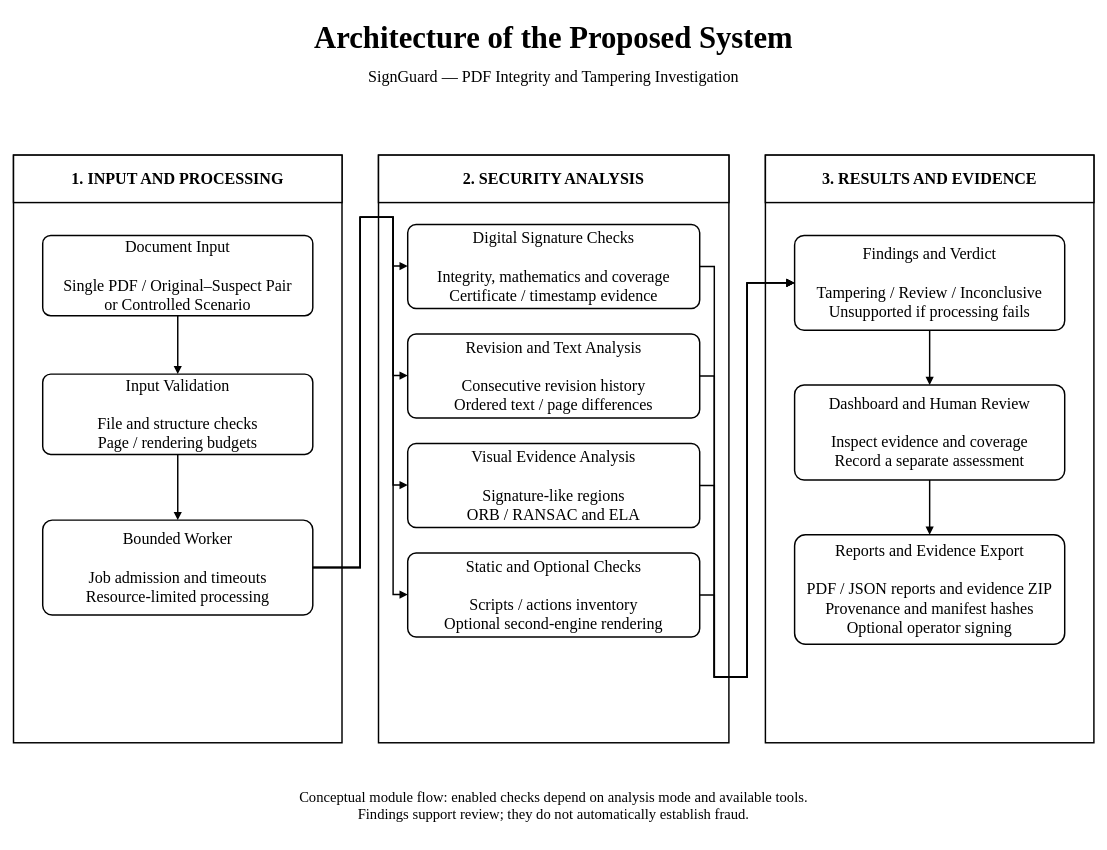
Earlier version of the draw.io diagram docs/assets/SignGuard_Architecture_OnePage.drawio (AbhayGokavarapu/Sign_Guard). Source tidied: cells renumbered, new cells numbered last; positions are measured from the earlier drawing's top-left corner, leaving out a move shared by most shapes. Both pictures are drawn from the tidied source at 73%, with x=0, y=0 at pixel (13, 12).
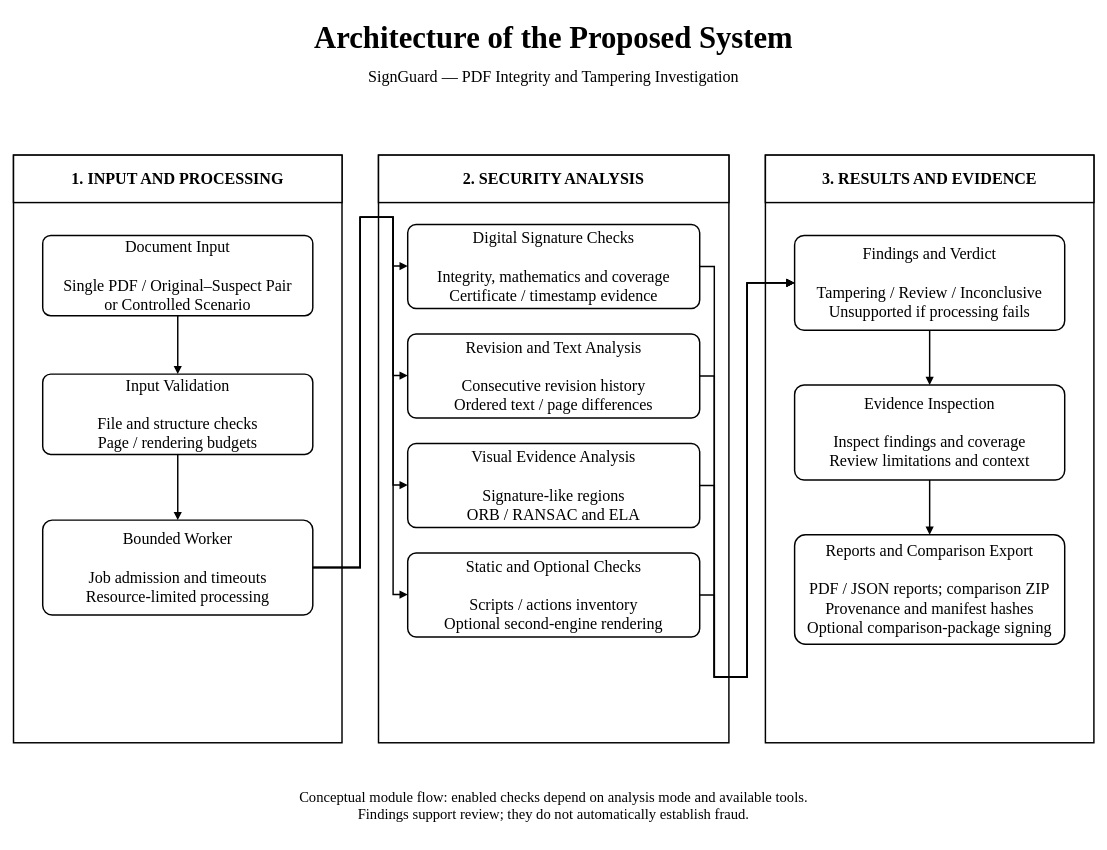
After the change.

Change to the diagram source:
```diff
@@
-    <mxCell id="18" value="Dashboard and Human Review&#10;&#10;Inspect evidence and coverage&#10;Record a separate assessment" style="rounded=1;arcSize=10;fillColor=#FFFFFF;strokeColor=#000000;strokeWidth=2;html=0;whiteSpace=wrap;fontFamily=Times New Roman;fontSize=22;align=center;verticalAlign=middle;" parent="1" vertex="1">
+    <mxCell id="18" value="Evidence Inspection&#10;&#10;Inspect findings and coverage&#10;Review limitations and context" style="rounded=1;arcSize=10;fillColor=#FFFFFF;strokeColor=#000000;strokeWidth=2;html=0;whiteSpace=wrap;fontFamily=Times New Roman;fontSize=22;align=center;verticalAlign=middle;" parent="1" vertex="1">
       <mxGeometry x="1070" y="510" width="370" height="130" as="geometry" />
     </mxCell>
-    <mxCell id="19" value="Reports and Evidence Export&#10;&#10;PDF / JSON reports and evidence ZIP&#10;Provenance and manifest hashes&#10;Optional operator signing" style="rounded=1;arcSize=10;fillColor=#FFFFFF;strokeColor=#000000;strokeWidth=2;html=0;whiteSpace=wrap;fontFamily=Times New Roman;fontSize=22;align=center;verticalAlign=middle;" parent="1" vertex="1">
+    <mxCell id="19" value="Reports and Comparison Export&#10;&#10;PDF / JSON reports; comparison ZIP&#10;Provenance and manifest hashes&#10;Optional comparison-package signing" style="rounded=1;arcSize=10;fillColor=#FFFFFF;strokeColor=#000000;strokeWidth=2;html=0;whiteSpace=wrap;fontFamily=Times New Roman;fontSize=22;align=center;verticalAlign=middle;" parent="1" vertex="1">
       <mxGeometry x="1070" y="715" width="370" height="150" as="geometry" />
     </mxCell>
```
